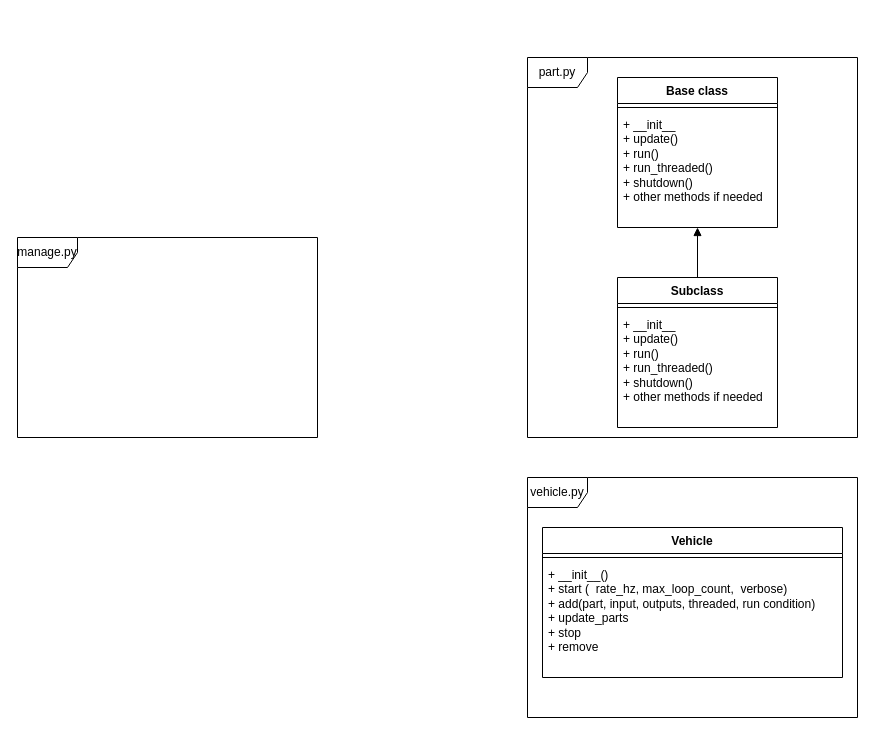
This is schemat+klas.drawio from killpopmusic/itwl-donkeycar, a draw.io file, before an edit. Source tidied: cells renumbered, new cells numbered last; positions are measured from the earlier drawing's top-left corner, leaving out a move shared by most shapes. Both pictures are drawn from the tidied source at 100%, with x=0, y=0 at pixel (17, 57).
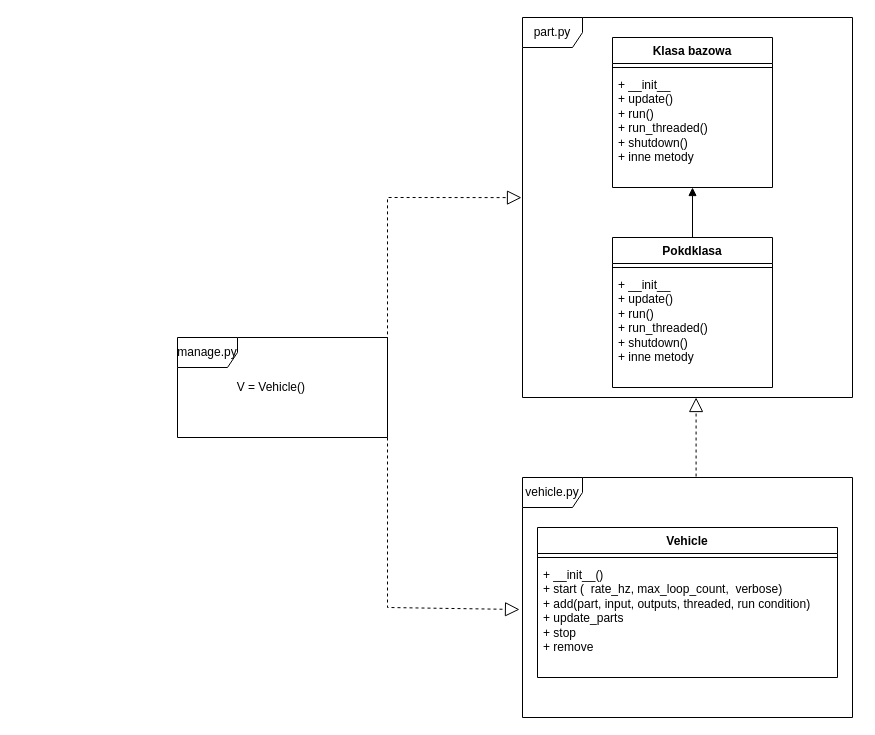
Above is the later version.

Diff of the diagram source:
```diff
@@
     <mxCell id="2" value="part.py" style="shape=umlFrame;whiteSpace=wrap;html=1;" parent="1" vertex="1">
-      <mxGeometry x="510" width="330" height="380" as="geometry" />
+      <mxGeometry x="505" y="-40" width="330" height="380" as="geometry" />
     </mxCell>
-    <mxCell id="3" value="Base class" style="swimlane;fontStyle=1;align=center;verticalAlign=top;horizontal=1;startSize=26;whiteSpace=wrap;html=1;" parent="1" vertex="1">
-      <mxGeometry x="600" y="20" width="160" height="150" as="geometry" />
+    <mxCell id="3" value="Klasa bazowa" style="swimlane;fontStyle=1;align=center;verticalAlign=top;horizontal=1;startSize=26;whiteSpace=wrap;html=1;" parent="1" vertex="1">
+      <mxGeometry x="595" y="-20" width="160" height="150" as="geometry" />
     </mxCell>
@@
-    <mxCell id="5" value="+ __init__&lt;br&gt;+ update()&lt;br&gt;+ run()&lt;br&gt;+ run_threaded()&lt;br&gt;+ shutdown()&lt;br&gt;+ other methods if needed" style="text;strokeColor=none;fillColor=none;align=left;verticalAlign=top;spacingLeft=4;spacingRight=4;overflow=hidden;whiteSpace=wrap;html=1;" parent="3" vertex="1">
+    <mxCell id="5" value="+ __init__&lt;br&gt;+ update()&lt;br&gt;+ run()&lt;br&gt;+ run_threaded()&lt;br&gt;+ shutdown()&lt;br&gt;+ inne metody" style="text;strokeColor=none;fillColor=none;align=left;verticalAlign=top;spacingLeft=4;spacingRight=4;overflow=hidden;whiteSpace=wrap;html=1;" parent="3" vertex="1">
       <mxGeometry y="34" width="160" height="116" as="geometry" />
     </mxCell>
-    <mxCell id="6" value="Subclass" style="swimlane;fontStyle=1;align=center;verticalAlign=top;horizontal=1;startSize=26;whiteSpace=wrap;html=1;" parent="1" vertex="1">
-      <mxGeometry x="600" y="220" width="160" height="150" as="geometry" />
+    <mxCell id="6" value="Pokdklasa" style="swimlane;fontStyle=1;align=center;verticalAlign=top;horizontal=1;startSize=26;whiteSpace=wrap;html=1;" parent="1" vertex="1">
+      <mxGeometry x="595" y="180" width="160" height="150" as="geometry" />
     </mxCell>
@@
-    <mxCell id="8" value="+ __init__&lt;br&gt;+ update()&lt;br&gt;+ run()&lt;br&gt;+ run_threaded()&lt;br&gt;+ shutdown()&lt;br&gt;+ other methods if needed" style="text;strokeColor=none;fillColor=none;align=left;verticalAlign=top;spacingLeft=4;spacingRight=4;overflow=hidden;whiteSpace=wrap;html=1;" parent="6" vertex="1">
+    <mxCell id="8" value="+ __init__&lt;br&gt;+ update()&lt;br&gt;+ run()&lt;br&gt;+ run_threaded()&lt;br&gt;+ shutdown()&lt;br&gt;+ inne metody" style="text;strokeColor=none;fillColor=none;align=left;verticalAlign=top;spacingLeft=4;spacingRight=4;overflow=hidden;whiteSpace=wrap;html=1;" parent="6" vertex="1">
       <mxGeometry y="34" width="160" height="116" as="geometry" />
     </mxCell>
@@
     <mxCell id="10" value="vehicle.py" style="shape=umlFrame;whiteSpace=wrap;html=1;" parent="1" vertex="1">
-      <mxGeometry x="510" y="420" width="330" height="240" as="geometry" />
+      <mxGeometry x="505" y="420" width="330" height="240" as="geometry" />
     </mxCell>
     <mxCell id="11" value="Vehicle" style="swimlane;fontStyle=1;align=center;verticalAlign=top;horizontal=1;startSize=26;whiteSpace=wrap;html=1;" parent="1" vertex="1">
-      <mxGeometry x="525" y="470" width="300" height="150" as="geometry" />
+      <mxGeometry x="520" y="470" width="300" height="150" as="geometry" />
     </mxCell>
@@
     <mxCell id="14" value="manage.py" style="shape=umlFrame;whiteSpace=wrap;html=1;" parent="1" vertex="1">
-      <mxGeometry y="180" width="300" height="200" as="geometry" />
+      <mxGeometry x="160" y="280" width="210" height="100" as="geometry" />
     </mxCell>
+    <mxCell id="15" style="endArrow=block;dashed=1;endFill=0;endSize=12;html=1;rounded=0;exitX=1;exitY=0.389;exitDx=0;exitDy=0;exitPerimeter=0;entryX=-0.003;entryY=0.474;entryDx=0;entryDy=0;entryPerimeter=0;" parent="1" edge="1" source="14" target="2">
+      <mxGeometry relative="1" as="geometry">
+        <Array as="points">
+          <mxPoint x="370" y="140" />
+        </Array>
+      </mxGeometry>
+    </mxCell>
+    <mxCell id="16" style="endArrow=block;dashed=1;endFill=0;endSize=12;html=1;rounded=0;entryX=-0.009;entryY=0.55;entryDx=0;entryDy=0;entryPerimeter=0;" parent="1" edge="1" target="10">
+      <mxGeometry relative="1" as="geometry">
+        <mxPoint x="370" y="380" as="sourcePoint" />
+        <Array as="points">
+          <mxPoint x="370" y="550" />
+        </Array>
+      </mxGeometry>
+    </mxCell>
+    <mxCell id="17" style="endArrow=block;dashed=1;endFill=0;endSize=12;html=1;rounded=0;exitX=0.526;exitY=-0.004;exitDx=0;exitDy=0;exitPerimeter=0;entryX=0.526;entryY=1;entryDx=0;entryDy=0;entryPerimeter=0;" parent="1" edge="1" source="10" target="2">
+      <mxGeometry relative="1" as="geometry" />
+    </mxCell>
+    <mxCell id="18" value="V = Vehicle()&amp;nbsp; &amp;nbsp; &amp;nbsp; &amp;nbsp;" style="text;html=1;align=center;verticalAlign=middle;strokeColor=none;fillColor=none;" parent="1" vertex="1">
+      <mxGeometry x="205" y="315" width="120" height="30" as="geometry" />
+    </mxCell>
```
